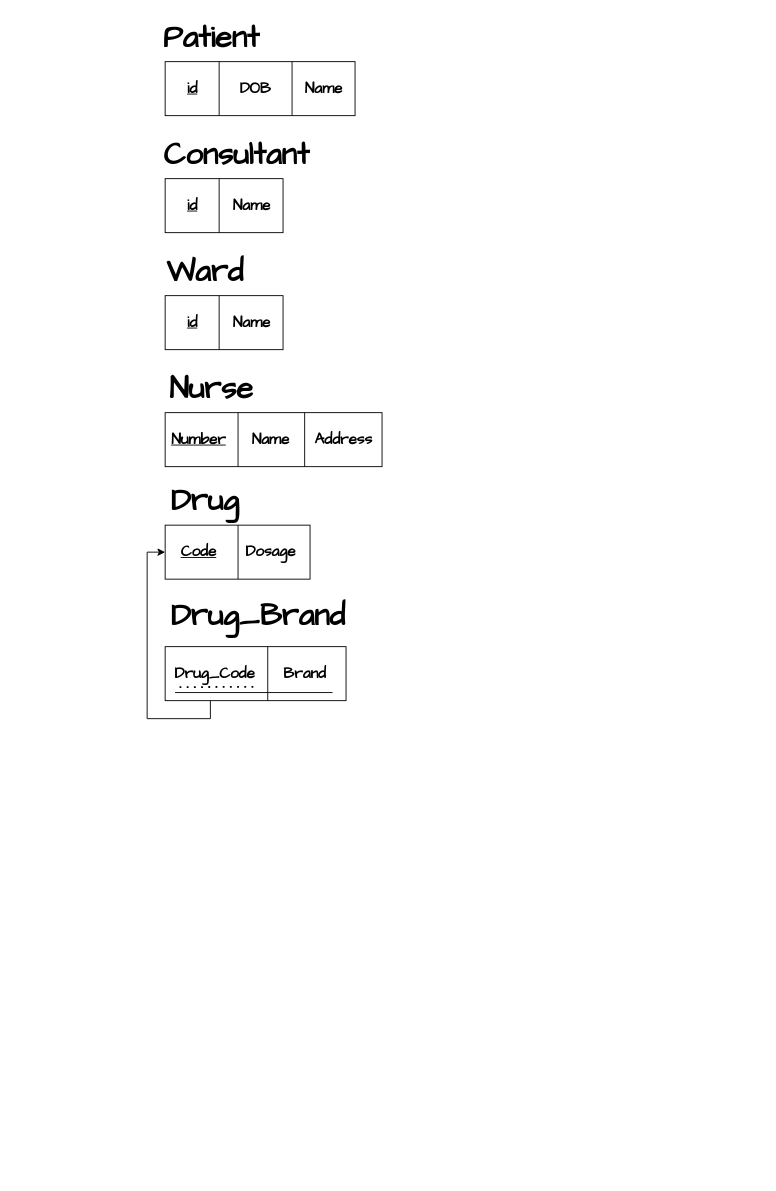
This is Mapping2.drawio from you22ef/ERDs, a draw.io file, before an edit. Source tidied: cells renumbered, new cells numbered last; positions are measured from the earlier drawing's top-left corner, leaving out a move shared by most shapes. Both pictures are drawn from the tidied source at 90%, with x=0, y=0 at pixel (150, 15).
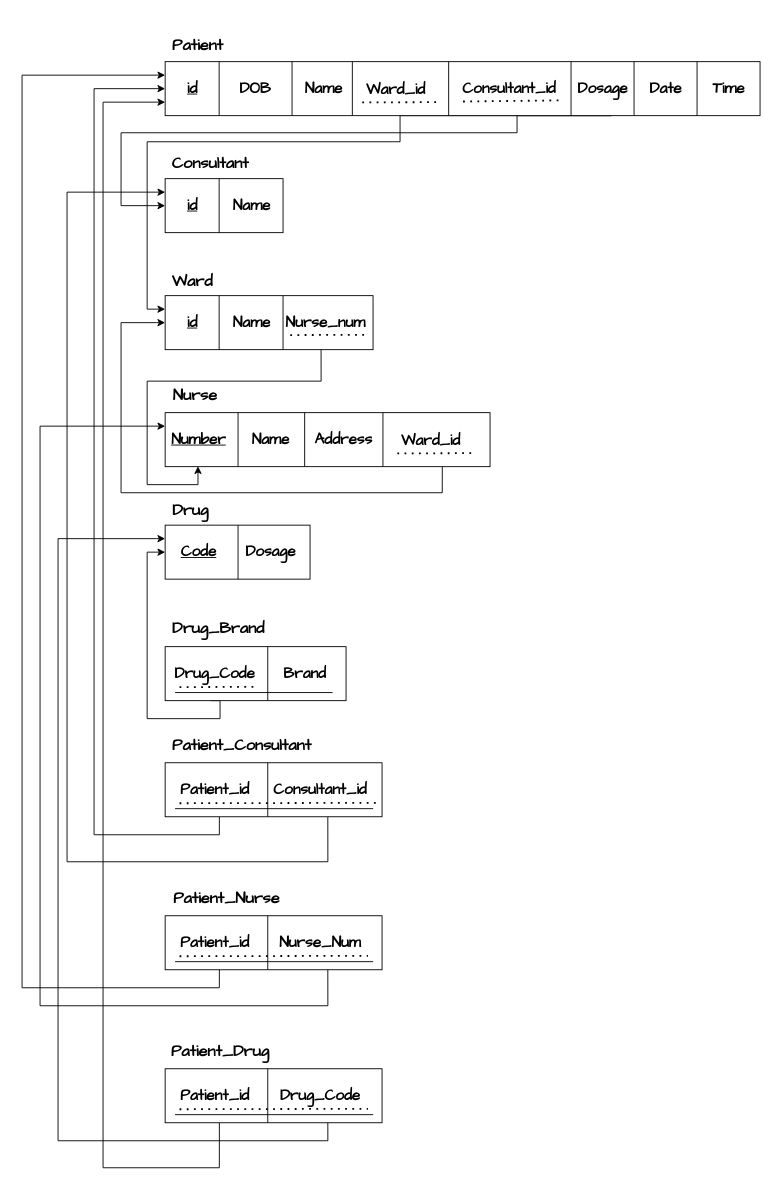
The same page after the edit.

Unchanged cells that the change refers to:
```xml
<mxCell id="9" style="rounded=0;whiteSpace=wrap;html=1;fontFamily=Architects Daughter;" parent="1" vertex="1">
  <mxGeometry x="16" y="181" width="131" height="60" as="geometry" />
</mxCell>
<mxCell id="26" style="rounded=0;whiteSpace=wrap;html=1;fontFamily=Architects Daughter;" parent="1" vertex="1">
  <mxGeometry x="16" y="566" width="161" height="60" as="geometry" />
</mxCell>
<mxCell id="32" style="rounded=0;whiteSpace=wrap;html=1;fontFamily=Architects Daughter;" parent="1" vertex="1">
  <mxGeometry x="16" y="701" width="201" height="60" as="geometry" />
</mxCell>
```

The edit, as a diff of the source:
```diff
@@
+    <mxCell id="39" style="edgeStyle=orthogonalEdgeStyle;rounded=0;jettySize=auto;html=1;exitX=0.75;exitY=1;exitDx=0;exitDy=0;entryX=0;entryY=0.25;entryDx=0;entryDy=0;" parent="1" edge="1" source="2" target="14">
+      <mxGeometry relative="1" as="geometry">
+        <Array as="points">
+          <mxPoint x="277" y="111" />
+          <mxPoint x="277" y="140" />
+          <mxPoint x="-4" y="140" />
+          <mxPoint x="-4" y="326" />
+        </Array>
+      </mxGeometry>
+    </mxCell>
+    <mxCell id="40" style="edgeStyle=orthogonalEdgeStyle;rounded=0;jettySize=auto;html=1;exitX=0.75;exitY=1;exitDx=0;exitDy=0;entryX=0;entryY=0.5;entryDx=0;entryDy=0;" parent="1" edge="1" source="2" target="9">
+      <mxGeometry relative="1" as="geometry">
+        <Array as="points">
+          <mxPoint x="407" y="111" />
+          <mxPoint x="407" y="130" />
+          <mxPoint x="-33" y="130" />
+          <mxPoint x="-33" y="211" />
+        </Array>
+      </mxGeometry>
+    </mxCell>
     <mxCell id="2" style="rounded=0;whiteSpace=wrap;html=1;fontFamily=Architects Daughter;" parent="1" vertex="1">
-      <mxGeometry x="16" y="51" width="211" height="60" as="geometry" />
+      <mxGeometry x="16" y="51" width="661" height="60" as="geometry" />
     </mxCell>
@@
-    <mxCell id="4" value="&lt;font style=&quot;font-size: 34px;&quot;&gt;&lt;b&gt;Patient&lt;/b&gt;&lt;/font&gt;" style="text;html=1;align=center;verticalAlign=middle;strokeColor=none;fillColor=none;fontFamily=Architects Daughter;" parent="1" vertex="1">
-      <mxGeometry x="2" width="130" height="50" as="geometry" />
+    <mxCell id="4" value="&lt;font style=&quot;font-size: 18px;&quot;&gt;&lt;b style=&quot;font-size: 18px;&quot;&gt;Patient&lt;/b&gt;&lt;/font&gt;" style="text;html=1;align=center;verticalAlign=middle;strokeColor=none;fillColor=none;fontFamily=Architects Daughter;fontSize=18;" parent="1" vertex="1">
+      <mxGeometry x="12" y="12" width="80" height="40" as="geometry" />
     </mxCell>
@@
-    <mxCell id="11" value="&lt;span style=&quot;font-size: 34px;&quot;&gt;&lt;b&gt;Consultant&lt;/b&gt;&lt;/span&gt;" style="text;html=1;align=center;verticalAlign=middle;strokeColor=none;fillColor=none;fontFamily=Architects Daughter;" parent="1" vertex="1">
-      <mxGeometry y="130" width="190" height="50" as="geometry" />
+    <mxCell id="11" value="&lt;span style=&quot;font-size: 18px;&quot;&gt;&lt;b style=&quot;font-size: 18px;&quot;&gt;Consultant&lt;/b&gt;&lt;/span&gt;" style="text;html=1;align=center;verticalAlign=middle;strokeColor=none;fillColor=none;fontFamily=Architects Daughter;fontSize=18;" parent="1" vertex="1">
+      <mxGeometry x="11" y="144" width="110" height="40" as="geometry" />
     </mxCell>
@@
     <mxCell id="14" style="rounded=0;whiteSpace=wrap;html=1;fontFamily=Architects Daughter;" parent="1" vertex="1">
-      <mxGeometry x="16" y="311" width="131" height="60" as="geometry" />
+      <mxGeometry x="16" y="311" width="231" height="60" as="geometry" />
     </mxCell>
@@
-    <mxCell id="16" value="&lt;span style=&quot;font-size: 34px;&quot;&gt;&lt;b&gt;Ward&lt;/b&gt;&lt;/span&gt;" style="text;html=1;align=center;verticalAlign=middle;strokeColor=none;fillColor=none;fontFamily=Architects Daughter;" parent="1" vertex="1">
-      <mxGeometry x="5" y="260" width="110" height="50" as="geometry" />
+    <mxCell id="16" value="&lt;span style=&quot;font-size: 18px;&quot;&gt;&lt;b style=&quot;font-size: 18px;&quot;&gt;Ward&lt;/b&gt;&lt;/span&gt;" style="text;html=1;align=center;verticalAlign=middle;strokeColor=none;fillColor=none;fontFamily=Architects Daughter;fontSize=18;" parent="1" vertex="1">
+      <mxGeometry x="11" y="275" width="70" height="40" as="geometry" />
     </mxCell>
@@
+    <mxCell id="41" style="edgeStyle=orthogonalEdgeStyle;rounded=0;jettySize=auto;html=1;exitX=0.853;exitY=0.967;exitDx=0;exitDy=0;entryX=0;entryY=0.5;entryDx=0;entryDy=0;exitPerimeter=0;" parent="1" edge="1" source="19" target="14">
+      <mxGeometry relative="1" as="geometry">
+        <Array as="points">
+          <mxPoint x="324" y="530" />
+          <mxPoint x="-33" y="530" />
+          <mxPoint x="-33" y="341" />
+        </Array>
+      </mxGeometry>
+    </mxCell>
     <mxCell id="19" style="rounded=0;whiteSpace=wrap;html=1;fontFamily=Architects Daughter;" parent="1" vertex="1">
-      <mxGeometry x="16" y="441" width="241" height="60" as="geometry" />
+      <mxGeometry x="16" y="441" width="361" height="60" as="geometry" />
     </mxCell>
@@
-    <mxCell id="21" value="&lt;span style=&quot;font-size: 34px;&quot;&gt;&lt;b&gt;Nurse&lt;/b&gt;&lt;/span&gt;" style="text;html=1;align=center;verticalAlign=middle;strokeColor=none;fillColor=none;fontFamily=Architects Daughter;" parent="1" vertex="1">
-      <mxGeometry x="7" y="390" width="120" height="50" as="geometry" />
+    <mxCell id="21" value="&lt;span style=&quot;font-size: 18px;&quot;&gt;&lt;b style=&quot;font-size: 18px;&quot;&gt;Nurse&lt;/b&gt;&lt;/span&gt;" style="text;html=1;align=center;verticalAlign=middle;strokeColor=none;fillColor=none;fontFamily=Architects Daughter;fontSize=18;" parent="1" vertex="1">
+      <mxGeometry x="14" y="402" width="70" height="40" as="geometry" />
     </mxCell>
@@
-    <mxCell id="30" value="&lt;span style=&quot;font-size: 34px;&quot;&gt;&lt;b&gt;Drug&lt;/b&gt;&lt;/span&gt;" style="text;html=1;align=center;verticalAlign=middle;strokeColor=none;fillColor=none;fontFamily=Architects Daughter;" parent="1" vertex="1">
-      <mxGeometry x="10" y="515" width="100" height="50" as="geometry" />
+    <mxCell id="30" value="&lt;span style=&quot;font-size: 18px;&quot;&gt;&lt;b style=&quot;font-size: 18px;&quot;&gt;Drug&lt;/b&gt;&lt;/span&gt;" style="text;html=1;align=center;verticalAlign=middle;strokeColor=none;fillColor=none;fontFamily=Architects Daughter;fontSize=18;" parent="1" vertex="1">
+      <mxGeometry x="14" y="529" width="60" height="40" as="geometry" />
     </mxCell>
     <mxCell id="31" style="edgeStyle=orthogonalEdgeStyle;rounded=0;jettySize=auto;html=1;exitX=0.25;exitY=1;exitDx=0;exitDy=0;entryX=0;entryY=0.5;entryDx=0;entryDy=0;" parent="1" edge="1" source="32" target="26">
-      <mxGeometry relative="1" as="geometry" />
+      <mxGeometry relative="1" as="geometry">
+        <Array as="points">
+          <mxPoint x="77" y="761" />
+          <mxPoint x="77" y="781" />
+          <mxPoint x="-4" y="781" />
+          <mxPoint x="-4" y="596" />
+        </Array>
+      </mxGeometry>
     </mxCell>
@@
-    <mxCell id="36" value="&lt;span style=&quot;font-size: 34px;&quot;&gt;&lt;b&gt;Drug_Brand&lt;/b&gt;&lt;/span&gt;" style="text;html=1;align=center;verticalAlign=middle;strokeColor=none;fillColor=none;fontFamily=Architects Daughter;" parent="1" vertex="1">
-      <mxGeometry x="9" y="642" width="220" height="50" as="geometry" />
+    <mxCell id="36" value="&lt;span style=&quot;font-size: 18px;&quot;&gt;&lt;b style=&quot;font-size: 18px;&quot;&gt;Drug_Brand&lt;/b&gt;&lt;/span&gt;" style="text;html=1;align=center;verticalAlign=middle;strokeColor=none;fillColor=none;fontFamily=Architects Daughter;fontSize=18;" parent="1" vertex="1">
+      <mxGeometry x="10" y="660" width="130" height="40" as="geometry" />
     </mxCell>
@@
+    <mxCell id="42" style="endArrow=none;html=1;rounded=0;fontFamily=Architects Daughter;" parent="1" edge="1">
+      <mxGeometry relative="1" as="geometry">
+        <mxPoint x="147" y="371" as="sourcePoint" />
+        <mxPoint x="147" y="311" as="targetPoint" />
+      </mxGeometry>
+    </mxCell>
+    <mxCell id="43" value="&lt;font style=&quot;font-size: 17px;&quot;&gt;&lt;b&gt;Nurse_num&lt;/b&gt;&lt;/font&gt;" style="text;html=1;align=center;verticalAlign=middle;strokeColor=none;fillColor=none;fontFamily=Architects Daughter;" parent="1" vertex="1">
+      <mxGeometry x="139" y="326" width="110" height="30" as="geometry" />
+    </mxCell>
+    <mxCell id="44" style="endArrow=none;dashed=1;html=1;dashPattern=1 3;strokeWidth=2;rounded=0;entryX=0.919;entryY=0.949;entryDx=0;entryDy=0;entryPerimeter=0;" parent="1" edge="1">
+      <mxGeometry relative="1" as="geometry">
+        <mxPoint x="155" y="354.8" as="sourcePoint" />
+        <mxPoint x="237.1" y="354.5" as="targetPoint" />
+      </mxGeometry>
+    </mxCell>
+    <mxCell id="45" style="edgeStyle=orthogonalEdgeStyle;rounded=0;jettySize=auto;html=1;exitX=0.75;exitY=1;exitDx=0;exitDy=0;entryX=0.101;entryY=0.993;entryDx=0;entryDy=0;entryPerimeter=0;" parent="1" edge="1" source="14" target="19">
+      <mxGeometry relative="1" as="geometry" />
+    </mxCell>
+    <mxCell id="46" value="&lt;span style=&quot;font-size: 17px;&quot;&gt;&lt;b&gt;Ward_id&lt;/b&gt;&lt;/span&gt;" style="text;html=1;align=center;verticalAlign=middle;strokeColor=none;fillColor=none;fontFamily=Architects Daughter;" parent="1" vertex="1">
+      <mxGeometry x="266" y="457" width="90" height="30" as="geometry" />
+    </mxCell>
+    <mxCell id="47" style="endArrow=none;html=1;rounded=0;fontFamily=Architects Daughter;" parent="1" edge="1">
+      <mxGeometry relative="1" as="geometry">
+        <mxPoint x="258" y="501" as="sourcePoint" />
+        <mxPoint x="258" y="441" as="targetPoint" />
+      </mxGeometry>
+    </mxCell>
+    <mxCell id="48" style="endArrow=none;dashed=1;html=1;dashPattern=1 3;strokeWidth=2;rounded=0;entryX=0.919;entryY=0.949;entryDx=0;entryDy=0;entryPerimeter=0;" parent="1" edge="1">
+      <mxGeometry relative="1" as="geometry">
+        <mxPoint x="274" y="486.3" as="sourcePoint" />
+        <mxPoint x="356.1" y="486" as="targetPoint" />
+      </mxGeometry>
+    </mxCell>
+    <mxCell id="49" style="endArrow=none;dashed=1;html=1;dashPattern=1 3;strokeWidth=2;rounded=0;entryX=0.919;entryY=0.949;entryDx=0;entryDy=0;entryPerimeter=0;" parent="1" edge="1">
+      <mxGeometry relative="1" as="geometry">
+        <mxPoint x="235" y="96.3" as="sourcePoint" />
+        <mxPoint x="317.1" y="96" as="targetPoint" />
+      </mxGeometry>
+    </mxCell>
+    <mxCell id="50" value="&lt;span style=&quot;font-size: 17px;&quot;&gt;&lt;b&gt;Ward_id&lt;/b&gt;&lt;/span&gt;" style="text;html=1;align=center;verticalAlign=middle;strokeColor=none;fillColor=none;fontFamily=Architects Daughter;" parent="1" vertex="1">
+      <mxGeometry x="227" y="67" width="90" height="30" as="geometry" />
+    </mxCell>
+    <mxCell id="51" style="endArrow=none;html=1;rounded=0;fontFamily=Architects Daughter;" parent="1" edge="1">
+      <mxGeometry relative="1" as="geometry">
+        <mxPoint x="224" y="111" as="sourcePoint" />
+        <mxPoint x="224" y="51" as="targetPoint" />
+      </mxGeometry>
+    </mxCell>
+    <mxCell id="52" style="endArrow=none;dashed=1;html=1;dashPattern=1 3;strokeWidth=2;rounded=0;entryX=0.919;entryY=0.949;entryDx=0;entryDy=0;entryPerimeter=0;" parent="1" edge="1">
+      <mxGeometry relative="1" as="geometry">
+        <mxPoint x="429.1" y="95" as="sourcePoint" />
+        <mxPoint x="429.1" y="95" as="targetPoint" />
+      </mxGeometry>
+    </mxCell>
+    <mxCell id="53" style="endArrow=none;html=1;rounded=0;fontFamily=Architects Daughter;" parent="1" edge="1">
+      <mxGeometry relative="1" as="geometry">
+        <mxPoint x="331" y="111" as="sourcePoint" />
+        <mxPoint x="331" y="51" as="targetPoint" />
+      </mxGeometry>
+    </mxCell>
+    <mxCell id="54" style="endArrow=none;dashed=1;html=1;dashPattern=1 3;strokeWidth=2;rounded=0;entryX=0.954;entryY=0.933;entryDx=0;entryDy=0;entryPerimeter=0;" parent="1" edge="1" target="55">
+      <mxGeometry relative="1" as="geometry">
+        <mxPoint x="347" y="95.3" as="sourcePoint" />
+      </mxGeometry>
+    </mxCell>
+    <mxCell id="55" value="&lt;span style=&quot;font-size: 17px;&quot;&gt;&lt;b&gt;Consultant_id&lt;/b&gt;&lt;/span&gt;" style="text;html=1;align=center;verticalAlign=middle;points=[];strokeColor=none;fillColor=none;fontFamily=Architects Daughter;" parent="1" vertex="1">
+      <mxGeometry x="333" y="66" width="130" height="30" as="geometry" />
+    </mxCell>
+    <mxCell id="56" style="edgeStyle=orthogonalEdgeStyle;rounded=0;jettySize=auto;html=1;exitX=0.25;exitY=1;exitDx=0;exitDy=0;entryX=0;entryY=0.5;entryDx=0;entryDy=0;" parent="1" edge="1" source="58" target="2">
+      <mxGeometry relative="1" as="geometry">
+        <Array as="points">
+          <mxPoint x="76" y="910" />
+          <mxPoint x="-63" y="910" />
+          <mxPoint x="-63" y="81" />
+        </Array>
+      </mxGeometry>
+    </mxCell>
+    <mxCell id="57" style="edgeStyle=orthogonalEdgeStyle;rounded=0;jettySize=auto;html=1;exitX=0.75;exitY=1;exitDx=0;exitDy=0;entryX=0;entryY=0.25;entryDx=0;entryDy=0;" parent="1" edge="1" source="58" target="9">
+      <mxGeometry relative="1" as="geometry">
+        <Array as="points">
+          <mxPoint x="197" y="940" />
+          <mxPoint x="-93" y="940" />
+          <mxPoint x="-93" y="196" />
+        </Array>
+      </mxGeometry>
+    </mxCell>
+    <mxCell id="58" style="rounded=0;whiteSpace=wrap;html=1;fontFamily=Architects Daughter;" parent="1" vertex="1">
+      <mxGeometry x="16" y="830" width="241" height="60" as="geometry" />
+    </mxCell>
+    <mxCell id="59" style="endArrow=none;html=1;rounded=0;fontFamily=Architects Daughter;" parent="1" edge="1">
+      <mxGeometry relative="1" as="geometry">
+        <mxPoint x="130" y="890" as="sourcePoint" />
+        <mxPoint x="130" y="830" as="targetPoint" />
+      </mxGeometry>
+    </mxCell>
+    <mxCell id="60" value="&lt;font style=&quot;font-size: 17px;&quot;&gt;&lt;b&gt;Patient_id&lt;/b&gt;&lt;/font&gt;" style="text;html=1;align=center;verticalAlign=middle;strokeColor=none;fillColor=none;fontStyle=0;fontFamily=Architects Daughter;" parent="1" vertex="1">
+      <mxGeometry x="21" y="845" width="100" height="30" as="geometry" />
+    </mxCell>
+    <mxCell id="61" value="&lt;font style=&quot;font-size: 17px;&quot;&gt;&lt;b&gt;Consultant_id&lt;/b&gt;&lt;/font&gt;" style="text;html=1;align=center;verticalAlign=middle;points=[];strokeColor=none;fillColor=none;fontFamily=Architects Daughter;" parent="1" vertex="1">
+      <mxGeometry x="123" y="845" width="130" height="30" as="geometry" />
+    </mxCell>
+    <mxCell id="62" style="endArrow=none;dashed=1;html=1;dashPattern=1 3;strokeWidth=2;rounded=0;entryX=0.985;entryY=0.984;entryDx=0;entryDy=0;entryPerimeter=0;" parent="1" edge="1" target="61">
+      <mxGeometry relative="1" as="geometry">
+        <mxPoint x="32" y="875" as="sourcePoint" />
+      </mxGeometry>
+    </mxCell>
+    <mxCell id="63" style="endArrow=none;html=1;rounded=0;entryX=0.959;entryY=0.85;entryDx=0;entryDy=0;entryPerimeter=0;" parent="1" edge="1" target="58">
+      <mxGeometry relative="1" as="geometry">
+        <mxPoint x="27" y="881" as="sourcePoint" />
+      </mxGeometry>
+    </mxCell>
+    <mxCell id="64" value="&lt;span style=&quot;font-size: 18px;&quot;&gt;&lt;b style=&quot;font-size: 18px;&quot;&gt;Patient_Consultant&lt;/b&gt;&lt;/span&gt;" style="text;html=1;align=center;verticalAlign=middle;strokeColor=none;fillColor=none;fontFamily=Architects Daughter;fontSize=18;" parent="1" vertex="1">
+      <mxGeometry x="11" y="790" width="180" height="40" as="geometry" />
+    </mxCell>
+    <mxCell id="65" style="edgeStyle=orthogonalEdgeStyle;rounded=0;jettySize=auto;html=1;exitX=0.25;exitY=1;exitDx=0;exitDy=0;entryX=0;entryY=0.25;entryDx=0;entryDy=0;" parent="1" edge="1" source="67" target="2">
+      <mxGeometry relative="1" as="geometry">
+        <Array as="points">
+          <mxPoint x="76" y="1080" />
+          <mxPoint x="-143" y="1080" />
+          <mxPoint x="-143" y="66" />
+        </Array>
+      </mxGeometry>
+    </mxCell>
+    <mxCell id="66" style="edgeStyle=orthogonalEdgeStyle;rounded=0;jettySize=auto;html=1;exitX=0.75;exitY=1;exitDx=0;exitDy=0;entryX=0;entryY=0.25;entryDx=0;entryDy=0;" parent="1" edge="1" source="67" target="19">
+      <mxGeometry relative="1" as="geometry">
+        <Array as="points">
+          <mxPoint x="197" y="1100" />
+          <mxPoint x="-123" y="1100" />
+          <mxPoint x="-123" y="456" />
+        </Array>
+      </mxGeometry>
+    </mxCell>
+    <mxCell id="67" style="rounded=0;whiteSpace=wrap;html=1;fontFamily=Architects Daughter;" parent="1" vertex="1">
+      <mxGeometry x="16" y="1000" width="241" height="60" as="geometry" />
+    </mxCell>
+    <mxCell id="68" style="endArrow=none;html=1;rounded=0;fontFamily=Architects Daughter;" parent="1" edge="1">
+      <mxGeometry relative="1" as="geometry">
+        <mxPoint x="130" y="1060" as="sourcePoint" />
+        <mxPoint x="130" y="1000" as="targetPoint" />
+      </mxGeometry>
+    </mxCell>
+    <mxCell id="69" value="&lt;font style=&quot;font-size: 17px;&quot;&gt;&lt;b&gt;Patient_id&lt;/b&gt;&lt;/font&gt;" style="text;html=1;align=center;verticalAlign=middle;strokeColor=none;fillColor=none;fontStyle=0;fontFamily=Architects Daughter;" parent="1" vertex="1">
+      <mxGeometry x="21" y="1015" width="100" height="30" as="geometry" />
+    </mxCell>
+    <mxCell id="70" value="&lt;font style=&quot;font-size: 17px;&quot;&gt;&lt;b&gt;Nurse_Num&lt;/b&gt;&lt;/font&gt;" style="text;html=1;align=center;verticalAlign=middle;points=[];strokeColor=none;fillColor=none;fontFamily=Architects Daughter;" parent="1" vertex="1">
+      <mxGeometry x="133" y="1015" width="110" height="30" as="geometry" />
+    </mxCell>
+    <mxCell id="71" style="endArrow=none;dashed=1;html=1;dashPattern=1 3;strokeWidth=2;rounded=0;entryX=0.985;entryY=0.984;entryDx=0;entryDy=0;entryPerimeter=0;" parent="1" edge="1" target="70">
+      <mxGeometry relative="1" as="geometry">
+        <mxPoint x="32" y="1045" as="sourcePoint" />
+      </mxGeometry>
+    </mxCell>
+    <mxCell id="72" style="endArrow=none;html=1;rounded=0;entryX=0.959;entryY=0.85;entryDx=0;entryDy=0;entryPerimeter=0;" parent="1" edge="1" target="67">
+      <mxGeometry relative="1" as="geometry">
+        <mxPoint x="27" y="1051" as="sourcePoint" />
+      </mxGeometry>
+    </mxCell>
+    <mxCell id="73" value="&lt;span style=&quot;font-size: 18px;&quot;&gt;&lt;b style=&quot;font-size: 18px;&quot;&gt;Patient_Nurse&lt;/b&gt;&lt;/span&gt;" style="text;html=1;align=center;verticalAlign=middle;strokeColor=none;fillColor=none;fontFamily=Architects Daughter;fontSize=18;" parent="1" vertex="1">
+      <mxGeometry x="14" y="960" width="140" height="40" as="geometry" />
+    </mxCell>
+    <mxCell id="74" value="&lt;font style=&quot;font-size: 17px;&quot;&gt;&lt;b&gt;Dosage&lt;/b&gt;&lt;/font&gt;" style="text;html=1;align=center;verticalAlign=middle;strokeColor=none;fillColor=none;fontFamily=Architects Daughter;" parent="1" vertex="1">
+      <mxGeometry x="462" y="66" width="80" height="30" as="geometry" />
+    </mxCell>
+    <mxCell id="75" style="endArrow=none;html=1;rounded=0;fontFamily=Architects Daughter;" parent="1" edge="1">
+      <mxGeometry relative="1" as="geometry">
+        <mxPoint x="467" y="111" as="sourcePoint" />
+        <mxPoint x="467" y="51" as="targetPoint" />
+      </mxGeometry>
+    </mxCell>
+    <mxCell id="76" value="&lt;span style=&quot;font-size: 17px;&quot;&gt;&lt;b&gt;Date&lt;/b&gt;&lt;/span&gt;" style="text;html=1;align=center;verticalAlign=middle;strokeColor=none;fillColor=none;fontFamily=Architects Daughter;" parent="1" vertex="1">
+      <mxGeometry x="542" y="66" width="60" height="30" as="geometry" />
+    </mxCell>
+    <mxCell id="77" style="endArrow=none;html=1;rounded=0;fontFamily=Architects Daughter;" parent="1" edge="1">
+      <mxGeometry relative="1" as="geometry">
+        <mxPoint x="537" y="111" as="sourcePoint" />
+        <mxPoint x="537" y="51" as="targetPoint" />
+      </mxGeometry>
+    </mxCell>
+    <mxCell id="78" value="&lt;font style=&quot;font-size: 17px;&quot;&gt;&lt;b&gt;Time&lt;/b&gt;&lt;/font&gt;" style="text;html=1;align=center;verticalAlign=middle;strokeColor=none;fillColor=none;fontFamily=Architects Daughter;" parent="1" vertex="1">
+      <mxGeometry x="612" y="66" width="60" height="30" as="geometry" />
+    </mxCell>
+    <mxCell id="79" style="endArrow=none;html=1;rounded=0;fontFamily=Architects Daughter;" parent="1" edge="1">
+      <mxGeometry relative="1" as="geometry">
+        <mxPoint x="607" y="111" as="sourcePoint" />
+        <mxPoint x="607" y="51" as="targetPoint" />
+      </mxGeometry>
+    </mxCell>
+    <mxCell id="80" style="edgeStyle=orthogonalEdgeStyle;rounded=0;jettySize=auto;html=1;exitX=0.75;exitY=1;exitDx=0;exitDy=0;entryX=0;entryY=0.25;entryDx=0;entryDy=0;" parent="1" edge="1" source="82" target="26">
+      <mxGeometry relative="1" as="geometry">
+        <Array as="points">
+          <mxPoint x="197" y="1250" />
+          <mxPoint x="-103" y="1250" />
+          <mxPoint x="-103" y="581" />
+        </Array>
+      </mxGeometry>
+    </mxCell>
+    <mxCell id="81" style="edgeStyle=orthogonalEdgeStyle;rounded=0;jettySize=auto;html=1;exitX=0.25;exitY=1;exitDx=0;exitDy=0;entryX=0;entryY=0.75;entryDx=0;entryDy=0;" parent="1" edge="1" source="82" target="2">
+      <mxGeometry relative="1" as="geometry">
+        <Array as="points">
+          <mxPoint x="76" y="1280" />
+          <mxPoint x="-53" y="1280" />
+          <mxPoint x="-53" y="96" />
+        </Array>
+      </mxGeometry>
+    </mxCell>
+    <mxCell id="82" style="rounded=0;whiteSpace=wrap;html=1;fontFamily=Architects Daughter;" parent="1" vertex="1">
+      <mxGeometry x="16" y="1170" width="241" height="60" as="geometry" />
+    </mxCell>
+    <mxCell id="83" style="endArrow=none;html=1;rounded=0;fontFamily=Architects Daughter;" parent="1" edge="1">
+      <mxGeometry relative="1" as="geometry">
+        <mxPoint x="130" y="1230" as="sourcePoint" />
+        <mxPoint x="130" y="1170" as="targetPoint" />
+      </mxGeometry>
+    </mxCell>
+    <mxCell id="84" value="&lt;font style=&quot;font-size: 17px;&quot;&gt;&lt;b&gt;Patient_id&lt;/b&gt;&lt;/font&gt;" style="text;html=1;align=center;verticalAlign=middle;strokeColor=none;fillColor=none;fontStyle=0;fontFamily=Architects Daughter;" parent="1" vertex="1">
+      <mxGeometry x="21" y="1185" width="100" height="30" as="geometry" />
+    </mxCell>
+    <mxCell id="85" value="&lt;font style=&quot;font-size: 17px;&quot;&gt;&lt;b&gt;Drug_Code&lt;/b&gt;&lt;/font&gt;" style="text;html=1;align=center;verticalAlign=middle;points=[];strokeColor=none;fillColor=none;fontFamily=Architects Daughter;" parent="1" vertex="1">
+      <mxGeometry x="133" y="1185" width="110" height="30" as="geometry" />
+    </mxCell>
+    <mxCell id="86" style="endArrow=none;dashed=1;html=1;dashPattern=1 3;strokeWidth=2;rounded=0;entryX=0.985;entryY=0.984;entryDx=0;entryDy=0;entryPerimeter=0;" parent="1" edge="1" target="85">
+      <mxGeometry relative="1" as="geometry">
+        <mxPoint x="32" y="1215" as="sourcePoint" />
+      </mxGeometry>
+    </mxCell>
+    <mxCell id="87" style="endArrow=none;html=1;rounded=0;entryX=0.959;entryY=0.85;entryDx=0;entryDy=0;entryPerimeter=0;" parent="1" edge="1" target="82">
+      <mxGeometry relative="1" as="geometry">
+        <mxPoint x="27" y="1221" as="sourcePoint" />
+      </mxGeometry>
+    </mxCell>
+    <mxCell id="88" value="&lt;span style=&quot;font-size: 18px;&quot;&gt;&lt;b style=&quot;font-size: 18px;&quot;&gt;Patient_Drug&lt;/b&gt;&lt;/span&gt;" style="text;html=1;align=center;verticalAlign=middle;strokeColor=none;fillColor=none;fontFamily=Architects Daughter;fontSize=18;" parent="1" vertex="1">
+      <mxGeometry x="12" y="1130" width="130" height="40" as="geometry" />
+    </mxCell>
```
